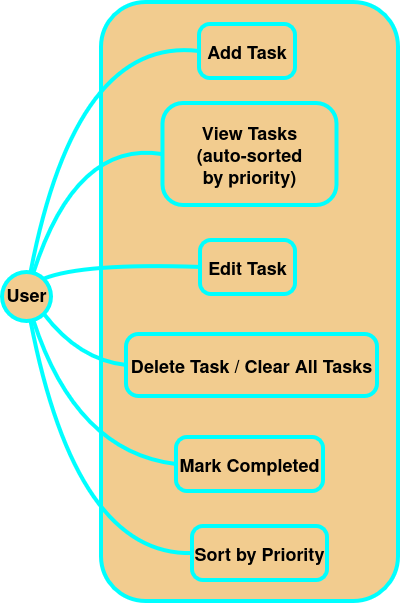
Above: docs/diagrams/use-case.png in schak04/priorify (draw.io), before the change. Source tidied: cells renumbered, new cells last; positions are measured from the earlier drawing's top-left corner, leaving out a move shared by most shapes. Its diagram source:
```xml
<mxGraphModel background="#ffffff">
  <root>
    <mxCell id="0" />
    <mxCell id="1" parent="0" />
    <mxCell id="2" style="whiteSpace=wrap;strokeWidth=4;labelBackgroundColor=none;strokeColor=light-dark(#00FFFF,#00FFFF);fontSize=20;horizontal=0;align=center;verticalAlign=bottom;rounded=1;fontStyle=1;fillColor=#F2CC8F;fontColor=light-dark(#000000,#000000);" parent="1" vertex="1">
      <mxGeometry x="99" width="297" height="599" as="geometry" />
    </mxCell>
    <mxCell id="3" value="User" style="ellipse;strokeWidth=4;whiteSpace=wrap;labelBackgroundColor=none;strokeColor=light-dark(#00FFFF,#00FFFF);fontSize=18;rounded=1;fontStyle=1;fillColor=#F2CC8F;fontColor=light-dark(#000000,#000000);" parent="1" vertex="1">
      <mxGeometry y="270" width="49" height="49" as="geometry" />
    </mxCell>
    <mxCell id="4" value="Add Task" style="rounded=1;arcSize=20;strokeWidth=4;labelBackgroundColor=none;strokeColor=light-dark(#00FFFF,#00FFFF);fontSize=18;fontStyle=1;fillColor=#F2CC8F;fontColor=light-dark(#000000,#000000);" parent="1" vertex="1">
      <mxGeometry x="197" y="22" width="96" height="54" as="geometry" />
    </mxCell>
    <mxCell id="5" value="View Tasks&#10;(auto-sorted&#10;by priority)" style="rounded=1;arcSize=20;strokeWidth=4;labelBackgroundColor=none;strokeColor=light-dark(#00FFFF,#00FFFF);fontSize=18;fontStyle=1;fillColor=#F2CC8F;fontColor=light-dark(#000000,#000000);" parent="1" vertex="1">
      <mxGeometry x="160.5" y="101" width="174" height="102" as="geometry" />
    </mxCell>
    <mxCell id="6" value="Edit Task" style="rounded=1;arcSize=20;strokeWidth=4;labelBackgroundColor=none;strokeColor=light-dark(#00FFFF,#00FFFF);fontSize=18;fontStyle=1;fillColor=#F2CC8F;fontColor=light-dark(#000000,#000000);" parent="1" vertex="1">
      <mxGeometry x="198" y="238" width="95" height="54" as="geometry" />
    </mxCell>
    <mxCell id="7" value="Delete Task / Clear All Tasks" style="rounded=1;arcSize=20;strokeWidth=4;labelBackgroundColor=none;strokeColor=light-dark(#00FFFF,#00FFFF);fontSize=18;fontStyle=1;fillColor=#F2CC8F;fontColor=light-dark(#000000,#000000);" parent="1" vertex="1">
      <mxGeometry x="124" y="332" width="251" height="62" as="geometry" />
    </mxCell>
    <mxCell id="8" value="Mark Completed" style="rounded=1;arcSize=20;strokeWidth=4;labelBackgroundColor=none;strokeColor=light-dark(#00FFFF,#00FFFF);fontSize=18;fontStyle=1;fillColor=#F2CC8F;fontColor=light-dark(#000000,#000000);" parent="1" vertex="1">
      <mxGeometry x="174" y="435" width="147" height="54" as="geometry" />
    </mxCell>
    <mxCell id="9" value="Sort by Priority" style="rounded=1;arcSize=20;strokeWidth=4;labelBackgroundColor=none;strokeColor=light-dark(#00FFFF,#00FFFF);fontSize=18;fontStyle=1;fillColor=#F2CC8F;fontColor=light-dark(#000000,#000000);" parent="1" vertex="1">
      <mxGeometry x="190" y="524" width="135" height="54" as="geometry" />
    </mxCell>
    <mxCell id="10" style="curved=1;startArrow=none;endArrow=none;exitX=0.59;exitY=-0.01;entryX=0;entryY=0.5;rounded=1;labelBackgroundColor=none;fontColor=light-dark(#000000,#000000);strokeColor=light-dark(#00FFFF,#00FFFF);strokeWidth=4;fontSize=18;fontStyle=1;" parent="1" edge="1" source="3" target="4">
      <mxGeometry relative="1" as="geometry">
        <Array as="points">
          <mxPoint x="74" y="34" />
        </Array>
      </mxGeometry>
    </mxCell>
    <mxCell id="11" style="curved=1;startArrow=none;endArrow=none;exitX=0.66;exitY=-0.01;entryX=0;entryY=0.5;rounded=1;labelBackgroundColor=none;fontColor=light-dark(#000000,#000000);strokeColor=light-dark(#00FFFF,#00FFFF);strokeWidth=4;fontSize=18;fontStyle=1;" parent="1" edge="1" source="3" target="5">
      <mxGeometry relative="1" as="geometry">
        <Array as="points">
          <mxPoint x="74" y="138" />
        </Array>
      </mxGeometry>
    </mxCell>
    <mxCell id="12" style="curved=1;startArrow=none;endArrow=none;exitX=0.97;exitY=-0.01;entryX=0;entryY=0.5;rounded=1;labelBackgroundColor=none;fontColor=light-dark(#000000,#000000);strokeColor=light-dark(#00FFFF,#00FFFF);strokeWidth=4;fontSize=18;fontStyle=1;" parent="1" edge="1" source="3" target="6">
      <mxGeometry relative="1" as="geometry">
        <Array as="points">
          <mxPoint x="81" y="261" />
        </Array>
      </mxGeometry>
    </mxCell>
    <mxCell id="13" style="curved=1;startArrow=none;endArrow=none;exitX=1;exitY=1;entryX=0;entryY=0.5;rounded=1;labelBackgroundColor=none;fontColor=light-dark(#000000,#000000);strokeColor=light-dark(#00FFFF,#00FFFF);strokeWidth=4;fontSize=18;exitDx=0;exitDy=0;fontStyle=1;" parent="1" edge="1" source="3" target="7">
      <mxGeometry relative="1" as="geometry">
        <Array as="points">
          <mxPoint x="77" y="358" />
        </Array>
      </mxGeometry>
    </mxCell>
    <mxCell id="14" style="curved=1;startArrow=none;endArrow=none;exitX=0.66;exitY=0.99;entryX=0;entryY=0.5;rounded=1;labelBackgroundColor=none;fontColor=light-dark(#000000,#000000);strokeColor=light-dark(#00FFFF,#00FFFF);strokeWidth=4;fontSize=18;fontStyle=1;" parent="1" edge="1" source="3" target="8">
      <mxGeometry relative="1" as="geometry">
        <Array as="points">
          <mxPoint x="74" y="450" />
        </Array>
      </mxGeometry>
    </mxCell>
    <mxCell id="15" style="curved=1;startArrow=none;endArrow=none;exitX=0.59;exitY=0.99;entryX=0;entryY=0.5;rounded=1;labelBackgroundColor=none;fontColor=light-dark(#000000,#000000);strokeColor=light-dark(#00FFFF,#00FFFF);strokeWidth=4;fontSize=18;fontStyle=1;" parent="1" edge="1" source="3" target="9">
      <mxGeometry relative="1" as="geometry">
        <Array as="points">
          <mxPoint x="74" y="554" />
        </Array>
      </mxGeometry>
    </mxCell>
  </root>
</mxGraphModel>
```
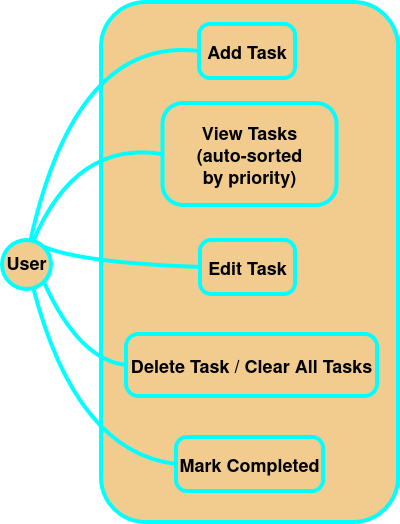
The same file after the commit.

Commit message:
docs: update use case diagram since the user won't be handling prioritisation, it's handled by the program

Diff of the diagram source:
```diff
@@ -1,12 +1,12 @@
-<mxGraphModel background="#ffffff">
+<mxGraphModel>
   <root>
     <mxCell id="0" />
     <mxCell id="1" parent="0" />
-    <mxCell id="2" style="whiteSpace=wrap;strokeWidth=4;labelBackgroundColor=none;strokeColor=light-dark(#00FFFF,#00FFFF);fontSize=20;horizontal=0;align=center;verticalAlign=bottom;rounded=1;fontStyle=1;fillColor=#F2CC8F;fontColor=light-dark(#000000,#000000);" parent="1" vertex="1">
-      <mxGeometry x="99" width="297" height="599" as="geometry" />
-    </mxCell>
+    <mxCell id="16" style="whiteSpace=wrap;strokeWidth=4;labelBackgroundColor=none;strokeColor=light-dark(#00FFFF,#00FFFF);fontSize=20;horizontal=0;align=center;verticalAlign=bottom;rounded=1;fontStyle=1;fillColor=#F2CC8F;fontColor=light-dark(#000000,#000000);" parent="1" vertex="1">
+      <mxGeometry x="99" width="297" height="520" as="geometry" />
+    </mxCell>
     <mxCell id="3" value="User" style="ellipse;strokeWidth=4;whiteSpace=wrap;labelBackgroundColor=none;strokeColor=light-dark(#00FFFF,#00FFFF);fontSize=18;rounded=1;fontStyle=1;fillColor=#F2CC8F;fontColor=light-dark(#000000,#000000);" parent="1" vertex="1">
-      <mxGeometry y="270" width="49" height="49" as="geometry" />
+      <mxGeometry y="238" width="49" height="49" as="geometry" />
     </mxCell>
     <mxCell id="4" value="Add Task" style="rounded=1;arcSize=20;strokeWidth=4;labelBackgroundColor=none;strokeColor=light-dark(#00FFFF,#00FFFF);fontSize=18;fontStyle=1;fillColor=#F2CC8F;fontColor=light-dark(#000000,#000000);" parent="1" vertex="1">
       <mxGeometry x="197" y="22" width="96" height="54" as="geometry" />
@@ -23,9 +23,6 @@
     <mxCell id="8" value="Mark Completed" style="rounded=1;arcSize=20;strokeWidth=4;labelBackgroundColor=none;strokeColor=light-dark(#00FFFF,#00FFFF);fontSize=18;fontStyle=1;fillColor=#F2CC8F;fontColor=light-dark(#000000,#000000);" parent="1" vertex="1">
       <mxGeometry x="174" y="435" width="147" height="54" as="geometry" />
     </mxCell>
-    <mxCell id="9" value="Sort by Priority" style="rounded=1;arcSize=20;strokeWidth=4;labelBackgroundColor=none;strokeColor=light-dark(#00FFFF,#00FFFF);fontSize=18;fontStyle=1;fillColor=#F2CC8F;fontColor=light-dark(#000000,#000000);" parent="1" vertex="1">
-      <mxGeometry x="190" y="524" width="135" height="54" as="geometry" />
-    </mxCell>
     <mxCell id="10" style="curved=1;startArrow=none;endArrow=none;exitX=0.59;exitY=-0.01;entryX=0;entryY=0.5;rounded=1;labelBackgroundColor=none;fontColor=light-dark(#000000,#000000);strokeColor=light-dark(#00FFFF,#00FFFF);strokeWidth=4;fontSize=18;fontStyle=1;" parent="1" edge="1" source="3" target="4">
       <mxGeometry relative="1" as="geometry">
         <Array as="points">
@@ -61,12 +58,5 @@
         </Array>
       </mxGeometry>
     </mxCell>
-    <mxCell id="15" style="curved=1;startArrow=none;endArrow=none;exitX=0.59;exitY=0.99;entryX=0;entryY=0.5;rounded=1;labelBackgroundColor=none;fontColor=light-dark(#000000,#000000);strokeColor=light-dark(#00FFFF,#00FFFF);strokeWidth=4;fontSize=18;fontStyle=1;" parent="1" edge="1" source="3" target="9">
-      <mxGeometry relative="1" as="geometry">
-        <Array as="points">
-          <mxPoint x="74" y="554" />
-        </Array>
-      </mxGeometry>
-    </mxCell>
   </root>
 </mxGraphModel>
```
